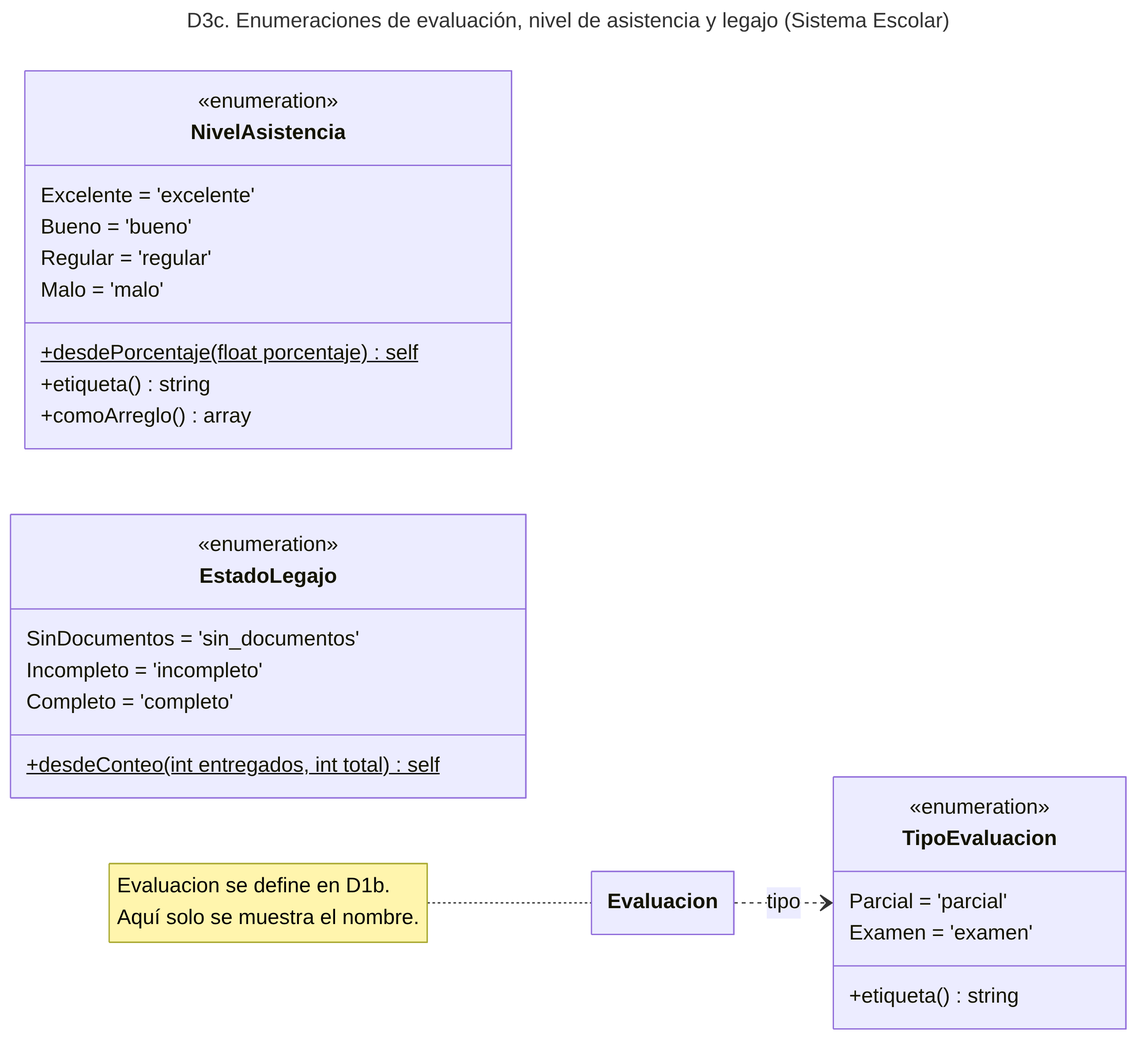
Above: docs/diagramas/D3c_enums.png in gnvargas-dev/sistema-control-acceso (Mermaid), before the change. Its source is kept beside it as docs/diagramas/D3c_enums.mmd.
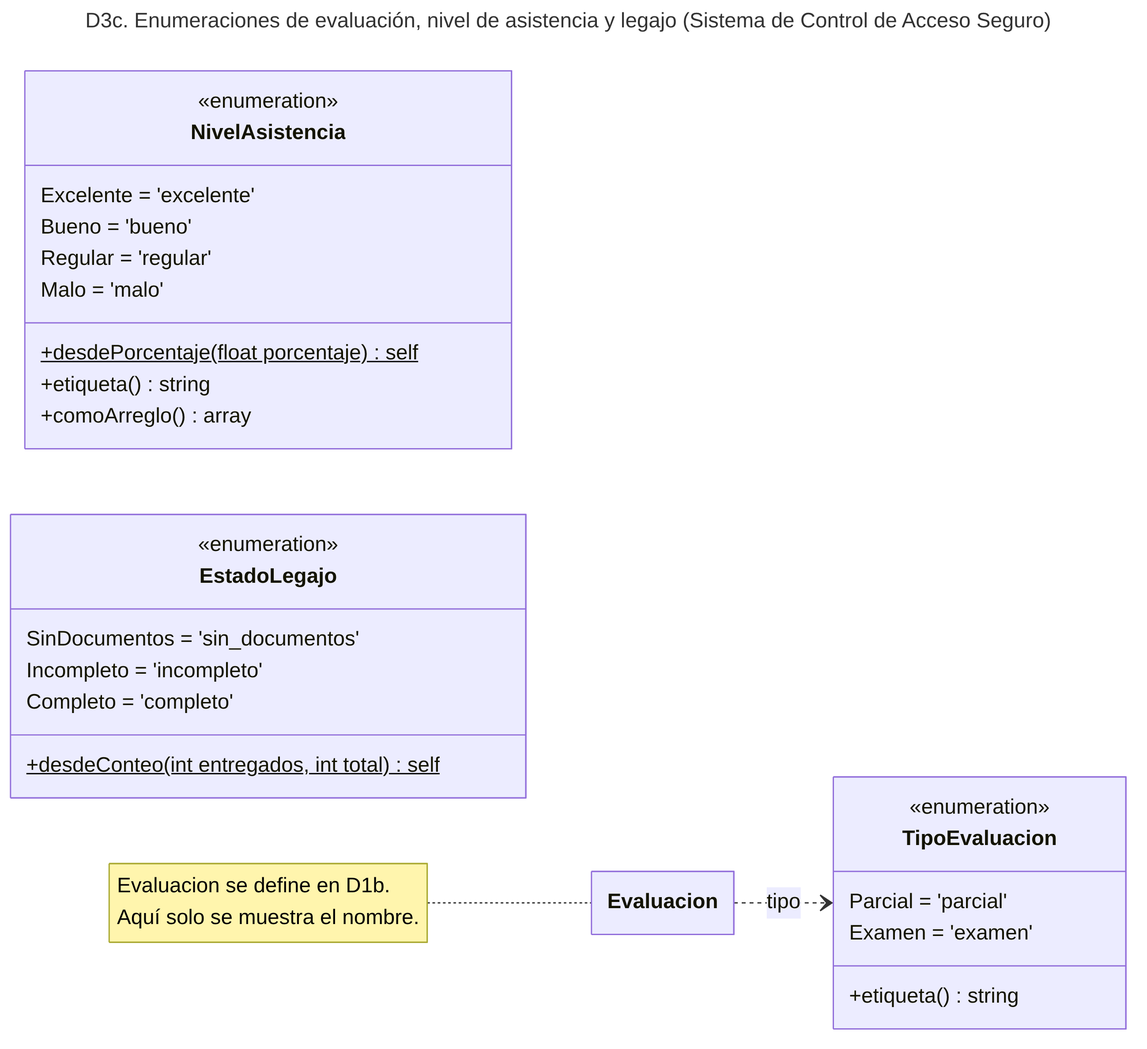
Later version of the same file.

What changed in the source:
```diff
@@ -1,5 +1,5 @@
 ---
-title: "D3c. Enumeraciones de evaluación, nivel de asistencia y legajo (Sistema Escolar)"
+title: "D3c. Enumeraciones de evaluación, nivel de asistencia y legajo (Sistema de Control de Acceso Seguro)"
 config:
   class:
     hideEmptyMembersBox: true
```
